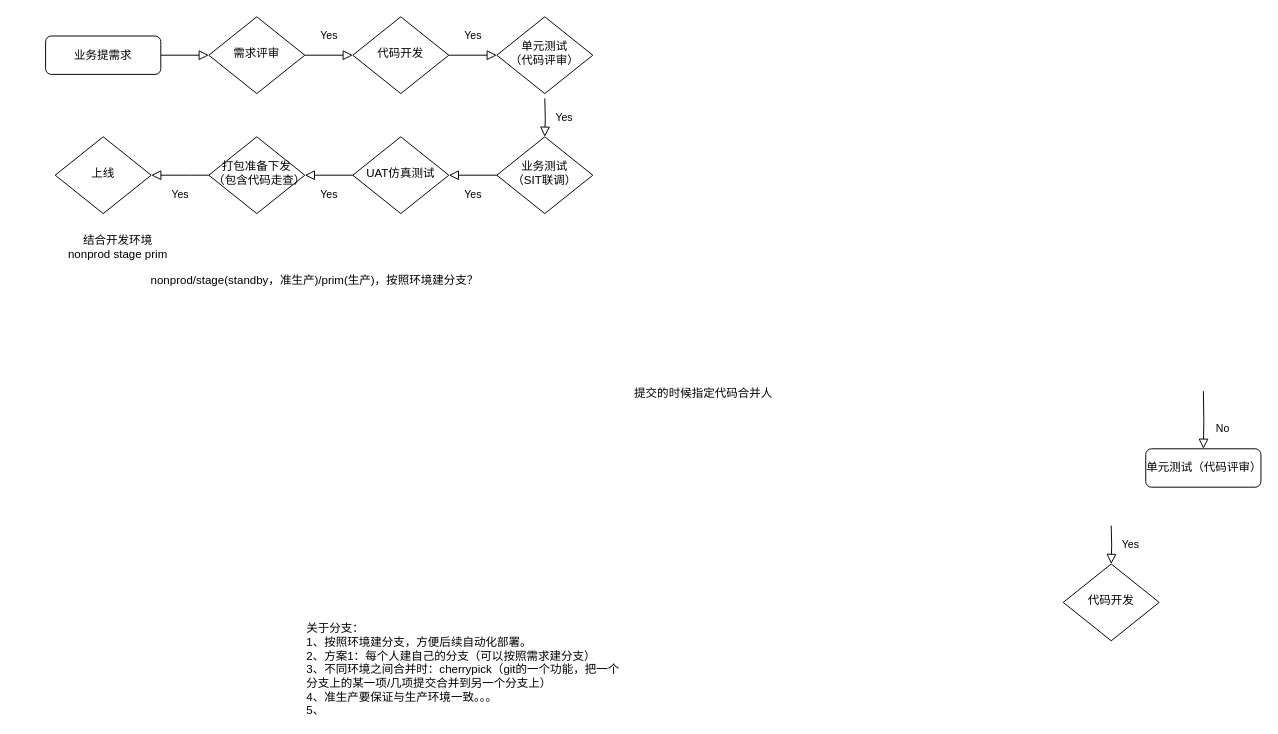
The draw.io diagram 代码上线流程/EMR实时代码上线流程.drawio in JonStarkdu/drawio, before the edit. Source tidied: cells renumbered, new cells numbered last; positions are measured from the earlier drawing's top-left corner, leaving out a move shared by most shapes. Both pictures are drawn from the tidied source at 96%, with x=0, y=0 at pixel (45, 16).
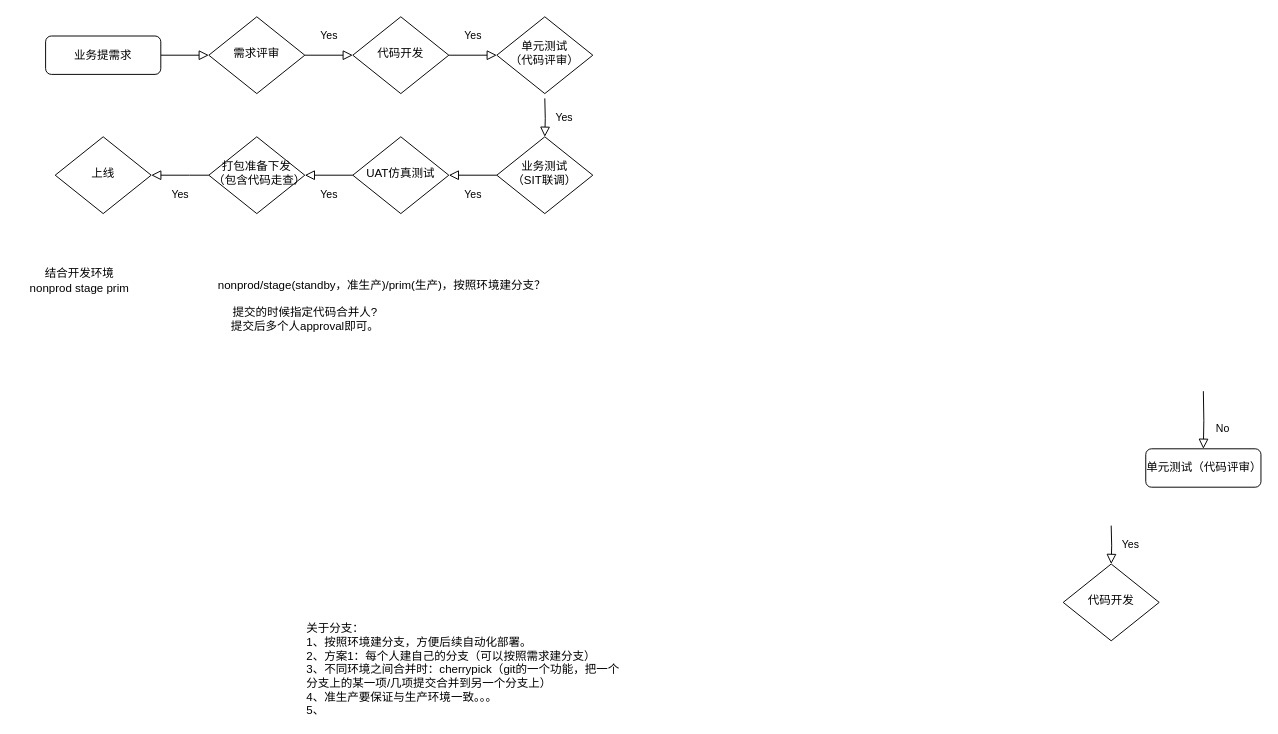
After the change.

Commit message:
更新EMR实时代码上线流程.drawio

Diff of the diagram source:
```diff
@@
     <mxCell id="19" value="结合开发环境&lt;br&gt;nonprod stage prim" style="text;html=1;align=center;verticalAlign=middle;strokeColor=none;fillColor=none;" parent="1" vertex="1">
-      <mxGeometry x="10" y="220" width="130" height="40" as="geometry" />
+      <mxGeometry x="-30" y="255" width="130" height="40" as="geometry" />
     </mxCell>
@@
     <mxCell id="21" value="nonprod/stage(standby，准生产)/prim(生产)，按照环境建分支？" style="text;html=1;align=center;verticalAlign=middle;strokeColor=none;fillColor=none;" parent="1" vertex="1">
-      <mxGeometry x="100" y="260" width="360" height="30" as="geometry" />
+      <mxGeometry x="170" y="265" width="360" height="30" as="geometry" />
     </mxCell>
@@
-    <mxCell id="23" value="提交的时候指定代码合并人" style="text;html=1;align=center;verticalAlign=middle;strokeColor=none;fillColor=none;" parent="1" vertex="1">
-      <mxGeometry x="600" y="378" width="170" height="30" as="geometry" />
+    <mxCell id="23" value="提交的时候指定代码合并人?&lt;br&gt;提交后多个人approval即可。" style="text;html=1;align=center;verticalAlign=middle;strokeColor=none;fillColor=none;" parent="1" vertex="1">
+      <mxGeometry x="180" y="295" width="180" height="40" as="geometry" />
     </mxCell>
```
